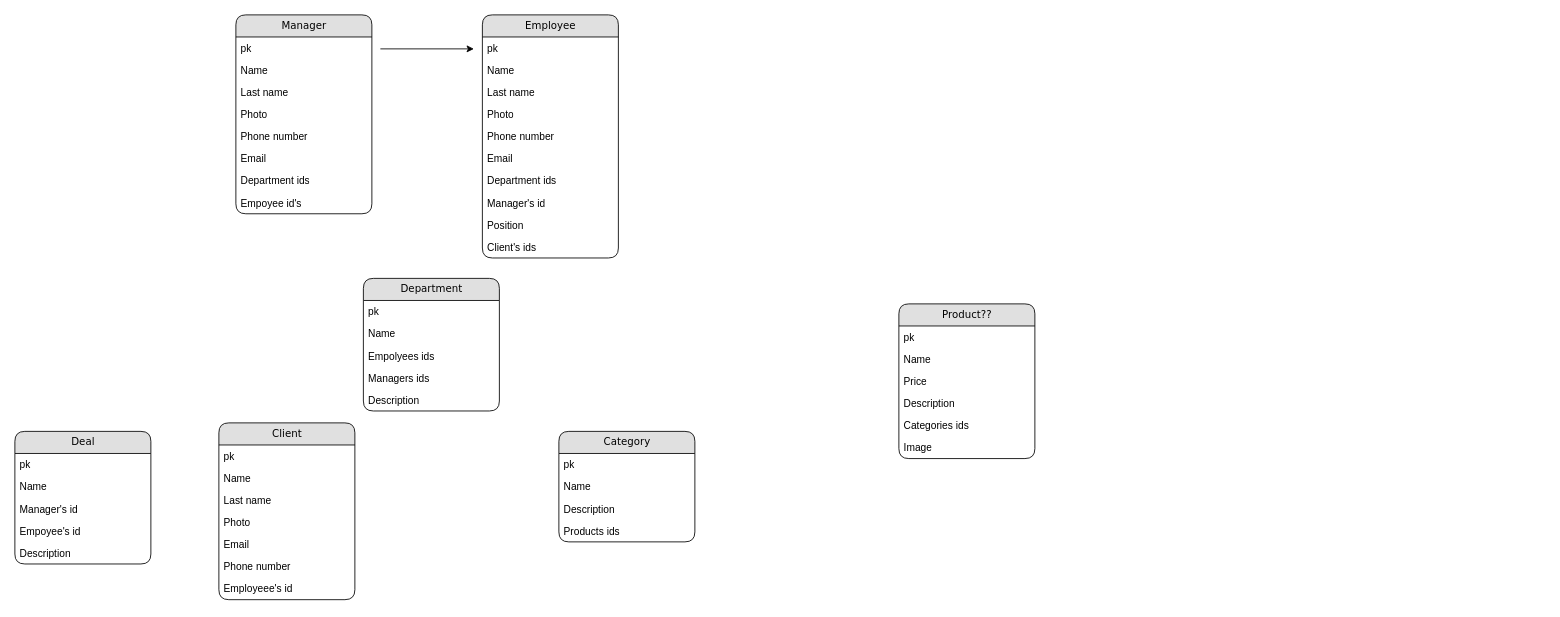
Before: Диаграмма без названия.drawio in pythonolegy/crm_montana_backend, a draw.io diagram. Source tidied: cells renumbered, new cells numbered last; positions are measured from the earlier drawing's top-left corner, leaving out a move shared by most shapes. Both pictures are drawn from the tidied source at 85%, with x=0, y=0 at pixel (14, 14).
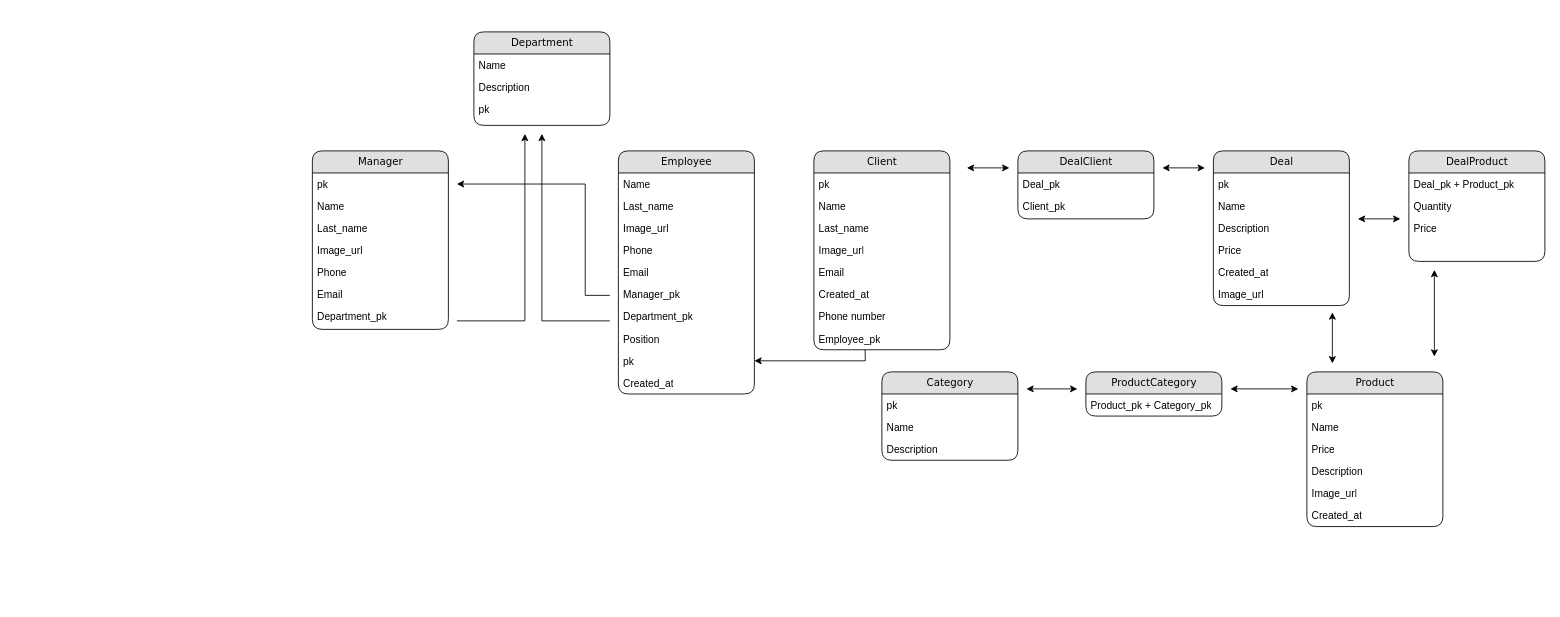
After the change.

The edit, as a diff of the source:
```diff
@@
     <mxCell id="2" value="Manager" style="swimlane;html=1;fontStyle=0;horizontal=1;startSize=26;fillColor=#e0e0e0;swimlaneFillColor=#ffffff;align=center;rounded=1;shadow=0;comic=0;labelBackgroundColor=none;strokeWidth=1;fontFamily=Verdana;fontSize=12;" parent="1" vertex="1">
-      <mxGeometry x="260" width="160" height="234" as="geometry" />
+      <mxGeometry x="350" y="160" width="160" height="210" as="geometry" />
     </mxCell>
@@
-    <mxCell id="5" value="Last name" style="text;html=1;strokeColor=none;fillColor=none;spacingLeft=4;spacingRight=4;whiteSpace=wrap;overflow=hidden;" parent="2" vertex="1">
+    <mxCell id="5" value="Last_name" style="text;html=1;strokeColor=none;fillColor=none;spacingLeft=4;spacingRight=4;whiteSpace=wrap;overflow=hidden;" parent="2" vertex="1">
       <mxGeometry y="78" width="160" height="26" as="geometry" />
     </mxCell>
-    <mxCell id="6" value="Photo" style="text;html=1;strokeColor=none;fillColor=none;spacingLeft=4;spacingRight=4;whiteSpace=wrap;overflow=hidden;" parent="2" vertex="1">
+    <mxCell id="6" value="Image_url" style="text;html=1;strokeColor=none;fillColor=none;spacingLeft=4;spacingRight=4;whiteSpace=wrap;overflow=hidden;" parent="2" vertex="1">
       <mxGeometry y="104" width="160" height="26" as="geometry" />
     </mxCell>
-    <mxCell id="7" value="Phone number" style="text;html=1;strokeColor=none;fillColor=none;spacingLeft=4;spacingRight=4;whiteSpace=wrap;overflow=hidden;" parent="2" vertex="1">
+    <mxCell id="7" value="Phone" style="text;html=1;strokeColor=none;fillColor=none;spacingLeft=4;spacingRight=4;whiteSpace=wrap;overflow=hidden;" parent="2" vertex="1">
       <mxGeometry y="130" width="160" height="26" as="geometry" />
     </mxCell>
@@
-    <mxCell id="9" value="Department ids" style="text;html=1;strokeColor=none;fillColor=none;spacingLeft=4;spacingRight=4;whiteSpace=wrap;overflow=hidden;" parent="2" vertex="1">
+    <mxCell id="9" value="Department_pk" style="text;html=1;strokeColor=none;fillColor=none;spacingLeft=4;spacingRight=4;whiteSpace=wrap;overflow=hidden;" parent="2" vertex="1">
       <mxGeometry y="182" width="160" height="26" as="geometry" />
     </mxCell>
-    <mxCell id="10" value="Empoyee id's" style="text;html=1;strokeColor=none;fillColor=none;spacingLeft=4;spacingRight=4;whiteSpace=wrap;overflow=hidden;" parent="2" vertex="1">
-      <mxGeometry y="208" width="160" height="26" as="geometry" />
-    </mxCell>
     <mxCell id="11" value="Employee" style="swimlane;html=1;fontStyle=0;horizontal=1;startSize=26;fillColor=#e0e0e0;swimlaneFillColor=#ffffff;align=center;rounded=1;shadow=0;comic=0;labelBackgroundColor=none;strokeWidth=1;fontFamily=Verdana;fontSize=12;" parent="1" vertex="1">
-      <mxGeometry x="550" width="160" height="286" as="geometry" />
+      <mxGeometry x="710" y="160" width="160" height="286" as="geometry" />
     </mxCell>
-    <mxCell id="12" value="pk" style="text;html=1;strokeColor=none;fillColor=none;spacingLeft=4;spacingRight=4;whiteSpace=wrap;overflow=hidden;points=[[0,0.5],[1,0.5]];portConstraint=eastwest;" parent="11" vertex="1">
-      <mxGeometry y="26" width="160" height="26" as="geometry" />
-    </mxCell>
     <mxCell id="13" value="Name" style="text;html=1;strokeColor=none;fillColor=none;spacingLeft=4;spacingRight=4;whiteSpace=wrap;overflow=hidden;" parent="11" vertex="1">
-      <mxGeometry y="52" width="160" height="26" as="geometry" />
+      <mxGeometry y="26" width="160" height="26" as="geometry" />
     </mxCell>
-    <mxCell id="14" value="Last name" style="text;html=1;strokeColor=none;fillColor=none;spacingLeft=4;spacingRight=4;whiteSpace=wrap;overflow=hidden;" parent="11" vertex="1">
-      <mxGeometry y="78" width="160" height="26" as="geometry" />
+    <mxCell id="14" value="Last_name" style="text;html=1;strokeColor=none;fillColor=none;spacingLeft=4;spacingRight=4;whiteSpace=wrap;overflow=hidden;" parent="11" vertex="1">
+      <mxGeometry y="52" width="160" height="26" as="geometry" />
     </mxCell>
-    <mxCell id="15" value="Photo" style="text;html=1;strokeColor=none;fillColor=none;spacingLeft=4;spacingRight=4;whiteSpace=wrap;overflow=hidden;" parent="11" vertex="1">
-      <mxGeometry y="104" width="160" height="26" as="geometry" />
+    <mxCell id="15" value="Image_url" style="text;html=1;strokeColor=none;fillColor=none;spacingLeft=4;spacingRight=4;whiteSpace=wrap;overflow=hidden;" parent="11" vertex="1">
+      <mxGeometry y="78" width="160" height="26" as="geometry" />
     </mxCell>
-    <mxCell id="16" value="Phone number" style="text;html=1;strokeColor=none;fillColor=none;spacingLeft=4;spacingRight=4;whiteSpace=wrap;overflow=hidden;" parent="11" vertex="1">
-      <mxGeometry y="130" width="160" height="26" as="geometry" />
+    <mxCell id="16" value="Phone" style="text;html=1;strokeColor=none;fillColor=none;spacingLeft=4;spacingRight=4;whiteSpace=wrap;overflow=hidden;" parent="11" vertex="1">
+      <mxGeometry y="104" width="160" height="26" as="geometry" />
     </mxCell>
     <mxCell id="17" value="Email" style="text;html=1;strokeColor=none;fillColor=none;spacingLeft=4;spacingRight=4;whiteSpace=wrap;overflow=hidden;" parent="11" vertex="1">
-      <mxGeometry y="156" width="160" height="26" as="geometry" />
+      <mxGeometry y="130" width="160" height="26" as="geometry" />
     </mxCell>
+    <mxCell id="19" value="Manager_pk" style="text;html=1;strokeColor=none;fillColor=none;spacingLeft=4;spacingRight=4;whiteSpace=wrap;overflow=hidden;" parent="11" vertex="1">
+      <mxGeometry y="156" width="160" height="26" as="geometry" />
+    </mxCell>
-    <mxCell id="18" value="Department ids" style="text;html=1;strokeColor=none;fillColor=none;spacingLeft=4;spacingRight=4;whiteSpace=wrap;overflow=hidden;" parent="11" vertex="1">
+    <mxCell id="18" value="Department_pk" style="text;html=1;strokeColor=none;fillColor=none;spacingLeft=4;spacingRight=4;whiteSpace=wrap;overflow=hidden;" parent="11" vertex="1">
       <mxGeometry y="182" width="160" height="26" as="geometry" />
     </mxCell>
-    <mxCell id="19" value="Manager's id" style="text;html=1;strokeColor=none;fillColor=none;spacingLeft=4;spacingRight=4;whiteSpace=wrap;overflow=hidden;" parent="11" vertex="1">
-      <mxGeometry y="208" width="160" height="26" as="geometry" />
-    </mxCell>
     <mxCell id="20" value="Position" style="text;html=1;strokeColor=none;fillColor=none;spacingLeft=4;spacingRight=4;whiteSpace=wrap;overflow=hidden;" parent="11" vertex="1">
-      <mxGeometry y="234" width="160" height="26" as="geometry" />
+      <mxGeometry y="208" width="160" height="26" as="geometry" />
     </mxCell>
-    <mxCell id="21" value="Client's ids" style="text;html=1;strokeColor=none;fillColor=none;spacingLeft=4;spacingRight=4;whiteSpace=wrap;overflow=hidden;" parent="11" vertex="1">
-      <mxGeometry y="260" width="160" height="26" as="geometry" />
-    </mxCell>
+    <mxCell id="55" style="edgeStyle=orthogonalEdgeStyle;rounded=0;jettySize=auto;html=1;" parent="11" edge="1" target="12">
+      <mxGeometry relative="1" as="geometry">
+        <mxPoint x="290" y="220" as="sourcePoint" />
+      </mxGeometry>
+    </mxCell>
+    <mxCell id="12" value="pk" style="text;html=1;strokeColor=none;fillColor=none;spacingLeft=4;spacingRight=4;whiteSpace=wrap;overflow=hidden;points=[[0,0.5],[1,0.5]];portConstraint=eastwest;" parent="11" vertex="1">
+      <mxGeometry y="234" width="160" height="26" as="geometry" />
+    </mxCell>
+    <mxCell id="56" value="Created_at" style="text;html=1;strokeColor=none;fillColor=none;spacingLeft=4;spacingRight=4;whiteSpace=wrap;overflow=hidden;" parent="11" vertex="1">
+      <mxGeometry y="260" width="160" height="26" as="geometry" />
+    </mxCell>
     <mxCell id="22" value="Department" style="swimlane;html=1;fontStyle=0;horizontal=1;startSize=26;fillColor=#e0e0e0;swimlaneFillColor=#ffffff;align=center;rounded=1;shadow=0;comic=0;labelBackgroundColor=none;strokeWidth=1;fontFamily=Verdana;fontSize=12;" parent="1" vertex="1">
-      <mxGeometry x="410" y="310" width="160" height="156" as="geometry" />
+      <mxGeometry x="540" y="20" width="160" height="110" as="geometry" />
     </mxCell>
+    <mxCell id="24" value="Name" style="text;html=1;strokeColor=none;fillColor=none;spacingLeft=4;spacingRight=4;whiteSpace=wrap;overflow=hidden;" parent="22" vertex="1">
+      <mxGeometry y="26" width="160" height="26" as="geometry" />
+    </mxCell>
+    <mxCell id="27" value="Description" style="text;html=1;strokeColor=none;fillColor=none;spacingLeft=4;spacingRight=4;whiteSpace=wrap;overflow=hidden;" parent="22" vertex="1">
+      <mxGeometry y="52" width="160" height="26" as="geometry" />
+    </mxCell>
     <mxCell id="23" value="pk" style="text;html=1;strokeColor=none;fillColor=none;spacingLeft=4;spacingRight=4;whiteSpace=wrap;overflow=hidden;" parent="22" vertex="1">
-      <mxGeometry y="26" width="160" height="26" as="geometry" />
+      <mxGeometry y="78" width="160" height="26" as="geometry" />
     </mxCell>
-    <mxCell id="24" value="Name" style="text;html=1;strokeColor=none;fillColor=none;spacingLeft=4;spacingRight=4;whiteSpace=wrap;overflow=hidden;" parent="22" vertex="1">
-      <mxGeometry y="52" width="160" height="26" as="geometry" />
-    </mxCell>
-    <mxCell id="25" value="Empolyees ids" style="text;html=1;strokeColor=none;fillColor=none;spacingLeft=4;spacingRight=4;whiteSpace=wrap;overflow=hidden;" parent="22" vertex="1">
-      <mxGeometry y="78" width="160" height="26" as="geometry" />
-    </mxCell>
-    <mxCell id="26" value="Managers ids" style="text;html=1;strokeColor=none;fillColor=none;spacingLeft=4;spacingRight=4;whiteSpace=wrap;overflow=hidden;" parent="22" vertex="1">
-      <mxGeometry y="104" width="160" height="26" as="geometry" />
-    </mxCell>
-    <mxCell id="27" value="Description" style="text;html=1;strokeColor=none;fillColor=none;spacingLeft=4;spacingRight=4;whiteSpace=wrap;overflow=hidden;" parent="22" vertex="1">
-      <mxGeometry y="130" width="160" height="26" as="geometry" />
-    </mxCell>
     <mxCell id="28" value="Client" style="swimlane;html=1;fontStyle=0;horizontal=1;startSize=26;fillColor=#e0e0e0;swimlaneFillColor=#ffffff;align=center;rounded=1;shadow=0;comic=0;labelBackgroundColor=none;strokeWidth=1;fontFamily=Verdana;fontSize=12;" parent="1" vertex="1">
-      <mxGeometry x="240" y="480" width="160" height="208" as="geometry" />
+      <mxGeometry x="940" y="160" width="160" height="234" as="geometry" />
     </mxCell>
@@
-    <mxCell id="31" value="Last name" style="text;html=1;strokeColor=none;fillColor=none;spacingLeft=4;spacingRight=4;whiteSpace=wrap;overflow=hidden;" parent="28" vertex="1">
+    <mxCell id="31" value="Last_name" style="text;html=1;strokeColor=none;fillColor=none;spacingLeft=4;spacingRight=4;whiteSpace=wrap;overflow=hidden;" parent="28" vertex="1">
       <mxGeometry y="78" width="160" height="26" as="geometry" />
     </mxCell>
-    <mxCell id="32" value="Photo" style="text;html=1;strokeColor=none;fillColor=none;spacingLeft=4;spacingRight=4;whiteSpace=wrap;overflow=hidden;" parent="28" vertex="1">
+    <mxCell id="32" value="Image_url" style="text;html=1;strokeColor=none;fillColor=none;spacingLeft=4;spacingRight=4;whiteSpace=wrap;overflow=hidden;" parent="28" vertex="1">
       <mxGeometry y="104" width="160" height="26" as="geometry" />
     </mxCell>
@@
+    <mxCell id="57" value="Created_at" style="text;html=1;strokeColor=none;fillColor=none;spacingLeft=4;spacingRight=4;whiteSpace=wrap;overflow=hidden;" parent="28" vertex="1">
+      <mxGeometry y="156" width="160" height="26" as="geometry" />
+    </mxCell>
     <mxCell id="34" value="Phone number" style="text;html=1;strokeColor=none;fillColor=none;spacingLeft=4;spacingRight=4;whiteSpace=wrap;overflow=hidden;" parent="28" vertex="1">
-      <mxGeometry y="156" width="160" height="26" as="geometry" />
+      <mxGeometry y="182" width="160" height="26" as="geometry" />
     </mxCell>
-    <mxCell id="35" value="Employeee's id" style="text;html=1;strokeColor=none;fillColor=none;spacingLeft=4;spacingRight=4;whiteSpace=wrap;overflow=hidden;" parent="28" vertex="1">
-      <mxGeometry y="182" width="160" height="26" as="geometry" />
+    <mxCell id="35" value="Employee_pk" style="text;html=1;strokeColor=none;fillColor=none;spacingLeft=4;spacingRight=4;whiteSpace=wrap;overflow=hidden;" parent="28" vertex="1">
+      <mxGeometry y="208" width="160" height="26" as="geometry" />
     </mxCell>
     <mxCell id="36" value="Deal" style="swimlane;html=1;fontStyle=0;horizontal=1;startSize=26;fillColor=#e0e0e0;swimlaneFillColor=#ffffff;align=center;rounded=1;shadow=0;comic=0;labelBackgroundColor=none;strokeWidth=1;fontFamily=Verdana;fontSize=12;" parent="1" vertex="1">
-      <mxGeometry y="490" width="160" height="156" as="geometry" />
+      <mxGeometry x="1410" y="160" width="160" height="182" as="geometry" />
     </mxCell>
@@
-    <mxCell id="39" value="Manager's id" style="text;html=1;strokeColor=none;fillColor=none;spacingLeft=4;spacingRight=4;whiteSpace=wrap;overflow=hidden;" parent="36" vertex="1">
-      <mxGeometry y="78" width="160" height="26" as="geometry" />
-    </mxCell>
-    <mxCell id="40" value="Empoyee's id" style="text;html=1;strokeColor=none;fillColor=none;spacingLeft=4;spacingRight=4;whiteSpace=wrap;overflow=hidden;" parent="36" vertex="1">
-      <mxGeometry y="104" width="160" height="26" as="geometry" />
-    </mxCell>
     <mxCell id="41" value="Description" style="text;html=1;strokeColor=none;fillColor=none;spacingLeft=4;spacingRight=4;whiteSpace=wrap;overflow=hidden;" parent="36" vertex="1">
-      <mxGeometry y="130" width="160" height="26" as="geometry" />
+      <mxGeometry y="78" width="160" height="26" as="geometry" />
     </mxCell>
+    <mxCell id="58" value="Price" style="text;html=1;strokeColor=none;fillColor=none;spacingLeft=4;spacingRight=4;whiteSpace=wrap;overflow=hidden;" parent="36" vertex="1">
+      <mxGeometry y="104" width="160" height="26" as="geometry" />
+    </mxCell>
+    <mxCell id="59" value="Created_at" style="text;html=1;strokeColor=none;fillColor=none;spacingLeft=4;spacingRight=4;whiteSpace=wrap;overflow=hidden;" parent="36" vertex="1">
+      <mxGeometry y="130" width="160" height="26" as="geometry" />
+    </mxCell>
+    <mxCell id="60" value="Image_url" style="text;html=1;strokeColor=none;fillColor=none;spacingLeft=4;spacingRight=4;whiteSpace=wrap;overflow=hidden;" parent="36" vertex="1">
+      <mxGeometry y="156" width="160" height="26" as="geometry" />
+    </mxCell>
-    <mxCell id="42" value="Product??" style="swimlane;html=1;fontStyle=0;horizontal=1;startSize=26;fillColor=#e0e0e0;swimlaneFillColor=#ffffff;align=center;rounded=1;shadow=0;comic=0;labelBackgroundColor=none;strokeWidth=1;fontFamily=Verdana;fontSize=12;" parent="1" vertex="1">
-      <mxGeometry x="1040" y="340" width="160" height="182" as="geometry" />
+    <mxCell id="42" value="Product" style="swimlane;html=1;fontStyle=0;horizontal=1;startSize=26;fillColor=#e0e0e0;swimlaneFillColor=#ffffff;align=center;rounded=1;shadow=0;comic=0;labelBackgroundColor=none;strokeWidth=1;fontFamily=Verdana;fontSize=12;" parent="1" vertex="1">
+      <mxGeometry x="1520" y="420" width="160" height="182" as="geometry" />
     </mxCell>
@@
-    <mxCell id="47" value="Categories ids" style="text;html=1;strokeColor=none;fillColor=none;spacingLeft=4;spacingRight=4;whiteSpace=wrap;overflow=hidden;" parent="42" vertex="1">
-      <mxGeometry y="130" width="160" height="26" as="geometry" />
-    </mxCell>
-    <mxCell id="48" value="Image" style="text;html=1;strokeColor=none;fillColor=none;spacingLeft=4;spacingRight=4;whiteSpace=wrap;overflow=hidden;" parent="42" vertex="1">
-      <mxGeometry y="156" width="160" height="26" as="geometry" />
+    <mxCell id="48" value="Image_url" style="text;html=1;strokeColor=none;fillColor=none;spacingLeft=4;spacingRight=4;whiteSpace=wrap;overflow=hidden;" parent="42" vertex="1">
+      <mxGeometry y="130" width="160" height="26" as="geometry" />
     </mxCell>
+    <mxCell id="61" value="Created_at" style="text;html=1;strokeColor=none;fillColor=none;spacingLeft=4;spacingRight=4;whiteSpace=wrap;overflow=hidden;" parent="42" vertex="1">
+      <mxGeometry y="156" width="160" height="26" as="geometry" />
+    </mxCell>
     <mxCell id="49" value="Category" style="swimlane;html=1;fontStyle=0;horizontal=1;startSize=26;fillColor=#e0e0e0;swimlaneFillColor=#ffffff;align=center;rounded=1;shadow=0;comic=0;labelBackgroundColor=none;strokeWidth=1;fontFamily=Verdana;fontSize=12;" parent="1" vertex="1">
-      <mxGeometry x="640" y="490" width="160" height="130" as="geometry" />
+      <mxGeometry x="1020" y="420" width="160" height="104" as="geometry" />
     </mxCell>
@@
-    <mxCell id="53" value="Products ids" style="text;html=1;strokeColor=none;fillColor=none;spacingLeft=4;spacingRight=4;whiteSpace=wrap;overflow=hidden;" parent="49" vertex="1">
-      <mxGeometry y="104" width="160" height="26" as="geometry" />
-    </mxCell>
-    <mxCell id="54" style="endArrow=classic;html=1;rounded=0;" parent="1" edge="1">
-      <mxGeometry relative="1" as="geometry">
-        <mxPoint x="430" y="40" as="sourcePoint" />
-        <mxPoint x="540" y="40" as="targetPoint" />
-      </mxGeometry>
-    </mxCell>
+    <mxCell id="62" style="endArrow=classic;html=1;rounded=0;" parent="1" edge="1">
+      <mxGeometry relative="1" as="geometry">
+        <mxPoint x="520" y="360" as="sourcePoint" />
+        <mxPoint x="600" y="140" as="targetPoint" />
+        <Array as="points">
+          <mxPoint x="600" y="360" />
+        </Array>
+      </mxGeometry>
+    </mxCell>
+    <mxCell id="63" style="endArrow=classic;html=1;rounded=0;" parent="1" edge="1">
+      <mxGeometry relative="1" as="geometry">
+        <mxPoint x="700" y="360" as="sourcePoint" />
+        <mxPoint x="620" y="140" as="targetPoint" />
+        <Array as="points">
+          <mxPoint x="620" y="360" />
+        </Array>
+      </mxGeometry>
+    </mxCell>
+    <mxCell id="64" style="edgeStyle=orthogonalEdgeStyle;rounded=0;orthogonalLoop=1;jettySize=auto;html=1;" parent="1" edge="1">
+      <mxGeometry relative="1" as="geometry">
+        <mxPoint x="700" y="330" as="sourcePoint" />
+        <mxPoint x="520" y="199" as="targetPoint" />
+        <Array as="points">
+          <mxPoint x="671" y="330" />
+          <mxPoint x="671" y="199" />
+        </Array>
+      </mxGeometry>
+    </mxCell>
+    <mxCell id="65" value="ProductCategory" style="swimlane;html=1;fontStyle=0;horizontal=1;startSize=26;fillColor=#e0e0e0;swimlaneFillColor=#ffffff;align=center;rounded=1;shadow=0;comic=0;labelBackgroundColor=none;strokeWidth=1;fontFamily=Verdana;fontSize=12;" parent="1" vertex="1">
+      <mxGeometry x="1260" y="420" width="160" height="52" as="geometry" />
+    </mxCell>
+    <mxCell id="66" value="Product_pk&amp;nbsp;+ Category_pk" style="text;html=1;strokeColor=none;fillColor=none;spacingLeft=4;spacingRight=4;whiteSpace=wrap;overflow=hidden;" parent="65" vertex="1">
+      <mxGeometry y="26" width="160" height="26" as="geometry" />
+    </mxCell>
+    <mxCell id="67" value="DealClient" style="swimlane;html=1;fontStyle=0;horizontal=1;startSize=26;fillColor=#e0e0e0;swimlaneFillColor=#ffffff;align=center;rounded=1;shadow=0;comic=0;labelBackgroundColor=none;strokeWidth=1;fontFamily=Verdana;fontSize=12;" parent="1" vertex="1">
+      <mxGeometry x="1180" y="160" width="160" height="80" as="geometry" />
+    </mxCell>
+    <mxCell id="68" value="Deal_pk" style="text;html=1;strokeColor=none;fillColor=none;spacingLeft=4;spacingRight=4;whiteSpace=wrap;overflow=hidden;" parent="67" vertex="1">
+      <mxGeometry y="26" width="160" height="26" as="geometry" />
+    </mxCell>
+    <mxCell id="69" value="Client_pk" style="text;html=1;strokeColor=none;fillColor=none;spacingLeft=4;spacingRight=4;whiteSpace=wrap;overflow=hidden;" parent="67" vertex="1">
+      <mxGeometry y="52" width="160" height="26" as="geometry" />
+    </mxCell>
+    <mxCell id="70" style="endArrow=classic;startArrow=classic;html=1;rounded=0;" parent="1" edge="1">
+      <mxGeometry relative="1" as="geometry">
+        <mxPoint x="1430" y="440" as="sourcePoint" />
+        <mxPoint x="1510" y="440" as="targetPoint" />
+      </mxGeometry>
+    </mxCell>
+    <mxCell id="71" style="endArrow=classic;startArrow=classic;html=1;rounded=0;" parent="1" edge="1">
+      <mxGeometry relative="1" as="geometry">
+        <mxPoint x="1190" y="440" as="sourcePoint" />
+        <mxPoint x="1250" y="440" as="targetPoint" />
+      </mxGeometry>
+    </mxCell>
+    <mxCell id="72" style="endArrow=classic;startArrow=classic;html=1;rounded=0;" parent="1" edge="1">
+      <mxGeometry relative="1" as="geometry">
+        <mxPoint x="1120" y="180" as="sourcePoint" />
+        <mxPoint x="1170" y="180" as="targetPoint" />
+      </mxGeometry>
+    </mxCell>
+    <mxCell id="73" style="endArrow=classic;startArrow=classic;html=1;rounded=0;" parent="1" edge="1">
+      <mxGeometry relative="1" as="geometry">
+        <mxPoint x="1350" y="180" as="sourcePoint" />
+        <mxPoint x="1400" y="180" as="targetPoint" />
+      </mxGeometry>
+    </mxCell>
+    <mxCell id="74" value="DealProduct" style="swimlane;html=1;fontStyle=0;horizontal=1;startSize=26;fillColor=#e0e0e0;swimlaneFillColor=#ffffff;align=center;rounded=1;shadow=0;comic=0;labelBackgroundColor=none;strokeWidth=1;fontFamily=Verdana;fontSize=12;" parent="1" vertex="1">
+      <mxGeometry x="1640" y="160" width="160" height="130" as="geometry" />
+    </mxCell>
+    <mxCell id="75" value="Deal_pk + Product_pk" style="text;html=1;strokeColor=none;fillColor=none;spacingLeft=4;spacingRight=4;whiteSpace=wrap;overflow=hidden;" parent="74" vertex="1">
+      <mxGeometry y="26" width="160" height="26" as="geometry" />
+    </mxCell>
+    <mxCell id="76" value="Quantity" style="text;html=1;strokeColor=none;fillColor=none;spacingLeft=4;spacingRight=4;whiteSpace=wrap;overflow=hidden;" parent="74" vertex="1">
+      <mxGeometry y="52" width="160" height="26" as="geometry" />
+    </mxCell>
+    <mxCell id="77" value="Price" style="text;html=1;strokeColor=none;fillColor=none;spacingLeft=4;spacingRight=4;whiteSpace=wrap;overflow=hidden;" parent="74" vertex="1">
+      <mxGeometry y="78" width="160" height="26" as="geometry" />
+    </mxCell>
+    <mxCell id="78" style="endArrow=classic;startArrow=classic;html=1;rounded=0;" parent="1" edge="1">
+      <mxGeometry relative="1" as="geometry">
+        <mxPoint x="1550" y="410" as="sourcePoint" />
+        <mxPoint x="1550" y="350" as="targetPoint" />
+      </mxGeometry>
+    </mxCell>
+    <mxCell id="79" style="endArrow=classic;startArrow=classic;html=1;rounded=0;" parent="1" edge="1">
+      <mxGeometry relative="1" as="geometry">
+        <mxPoint x="1670" y="402" as="sourcePoint" />
+        <mxPoint x="1670" y="300" as="targetPoint" />
+      </mxGeometry>
+    </mxCell>
+    <mxCell id="80" style="endArrow=classic;startArrow=classic;html=1;rounded=0;" parent="1" edge="1">
+      <mxGeometry relative="1" as="geometry">
+        <mxPoint x="1580" y="240" as="sourcePoint" />
+        <mxPoint x="1630" y="240" as="targetPoint" />
+      </mxGeometry>
+    </mxCell>
```
